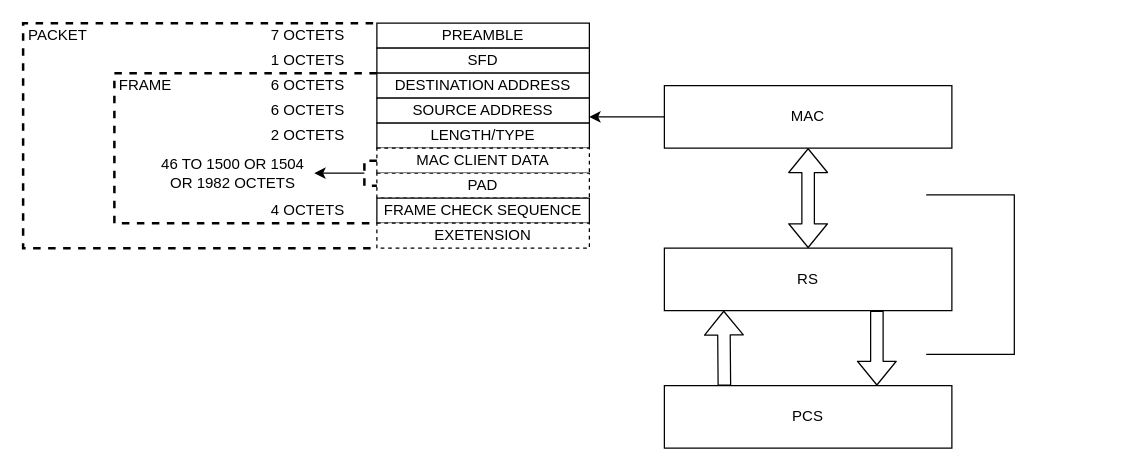
Before: Untitled Diagram.drawio in butterfly-seven/ferry_uvm, a draw.io diagram. Source tidied: cells renumbered, new cells numbered last; positions are measured from the earlier drawing's top-left corner, leaving out a move shared by most shapes. Both pictures are drawn from the tidied source at 125%, with x=0, y=0 at pixel (22, 22).
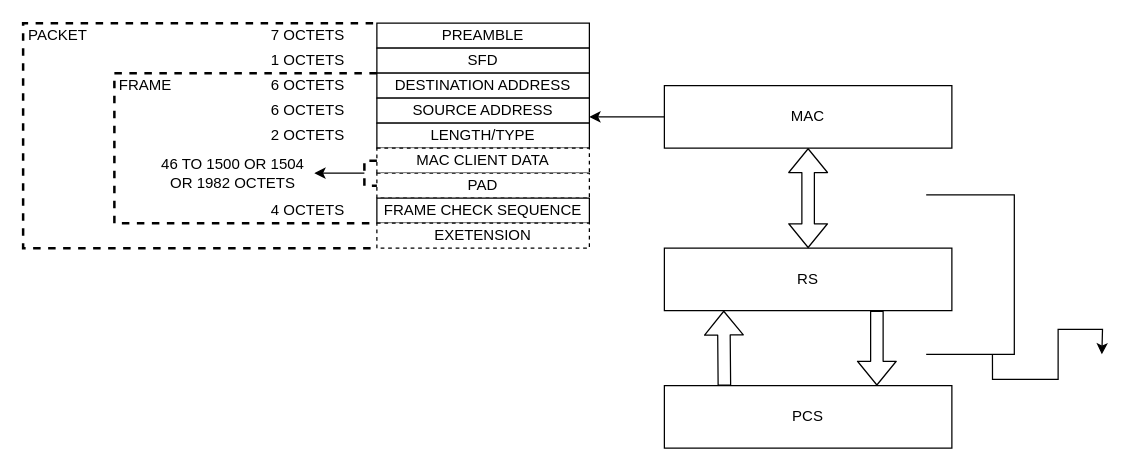
The same diagram, later.

Unchanged cells that the change refers to:
```xml
<mxCell id="31" style="shape=partialRectangle;whiteSpace=wrap;html=1;bottom=1;right=1;left=1;top=0;fillColor=none;routingCenterX=-0.5;rotation=-90;" parent="1" vertex="1">
  <mxGeometry x="694.2" y="166.2" width="127.5" height="70" as="geometry" />
</mxCell>
```

Change to the diagram source:
```diff
@@
+    <mxCell id="32" style="edgeStyle=orthogonalEdgeStyle;rounded=0;jettySize=auto;html=1;exitX=0;exitY=0.75;exitDx=0;exitDy=0;" parent="1" edge="1" source="31">
+      <mxGeometry relative="1" as="geometry">
+        <mxPoint x="863" y="265" as="targetPoint" />
+      </mxGeometry>
+    </mxCell>
```
